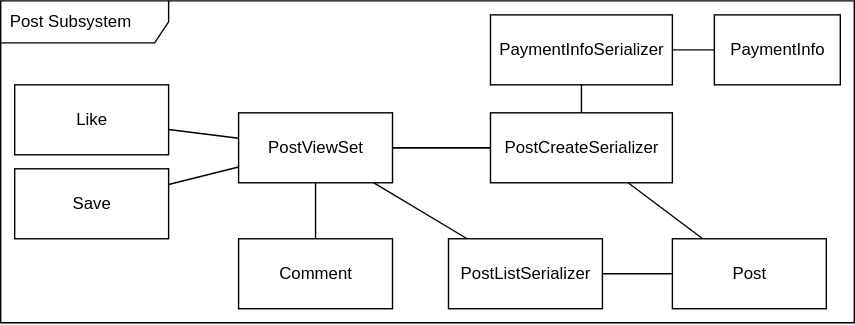
The draw.io diagram dev-docs/plan/design/subsystems/post_subsystem.drawio.svg in Natan-Asrat/ventingapp, before a commit. Source tidied: cells renumbered, new cells last; positions are measured from the earlier drawing's top-left corner, leaving out a move shared by most shapes.
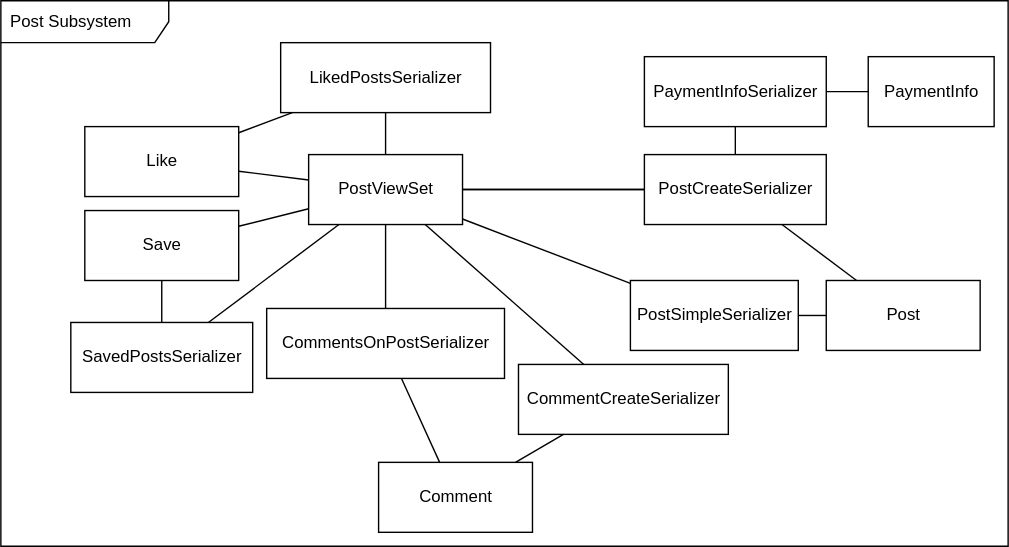
Above is the later version.

Commit message:
archive post, comments on post

Change to the diagram source:
```diff
@@ -3,26 +3,32 @@
     <mxCell id="0" />
     <mxCell id="1" parent="0" />
     <mxCell id="2" value="Post Subsystem" style="shape=umlFrame;whiteSpace=wrap;html=1;width=120;height=30;boundedLbl=1;verticalAlign=middle;align=left;spacingLeft=5;" parent="1" vertex="1">
-      <mxGeometry width="610" height="230" as="geometry" />
+      <mxGeometry x="-50" y="-30" width="720" height="390" as="geometry" />
     </mxCell>
     <mxCell id="3" value="Post" style="html=1;" parent="1" vertex="1">
-      <mxGeometry x="480" y="170" width="110" height="50" as="geometry" />
+      <mxGeometry x="540" y="170" width="110" height="50" as="geometry" />
     </mxCell>
     <mxCell id="4" style="edgeStyle=none;html=1;endArrow=none;endFill=0;" parent="1" edge="1" source="5" target="15">
       <mxGeometry relative="1" as="geometry" />
     </mxCell>
+    <mxCell id="23" style="edgeStyle=none;html=1;endArrow=none;endFill=0;" parent="1" edge="1" source="5" target="30">
+      <mxGeometry relative="1" as="geometry" />
+    </mxCell>
     <mxCell id="5" value="Like" style="html=1;" parent="1" vertex="1">
       <mxGeometry x="10" y="60" width="110" height="50" as="geometry" />
     </mxCell>
     <mxCell id="6" style="edgeStyle=none;html=1;endArrow=none;endFill=0;" parent="1" edge="1" source="7" target="15">
       <mxGeometry relative="1" as="geometry" />
     </mxCell>
-    <mxCell id="7" value="Comment" style="html=1;" parent="1" vertex="1">
-      <mxGeometry x="170" y="170" width="110" height="50" as="geometry" />
+    <mxCell id="7" value="CommentCreateSerializer" style="html=1;" parent="1" vertex="1">
+      <mxGeometry x="320" y="230" width="150" height="50" as="geometry" />
     </mxCell>
     <mxCell id="8" style="edgeStyle=none;html=1;endArrow=none;endFill=0;" parent="1" edge="1" source="9" target="15">
       <mxGeometry relative="1" as="geometry" />
     </mxCell>
+    <mxCell id="24" style="edgeStyle=none;html=1;endArrow=none;endFill=0;" parent="1" edge="1" source="9" target="32">
+      <mxGeometry relative="1" as="geometry" />
+    </mxCell>
     <mxCell id="9" value="Save" style="html=1;" parent="1" vertex="1">
       <mxGeometry x="10" y="120" width="110" height="50" as="geometry" />
     </mxCell>
@@ -33,7 +39,7 @@
       <mxGeometry relative="1" as="geometry" />
     </mxCell>
     <mxCell id="12" value="PostCreateSerializer" style="html=1;" parent="1" vertex="1">
-      <mxGeometry x="350" y="80" width="130" height="50" as="geometry" />
+      <mxGeometry x="410" y="80" width="130" height="50" as="geometry" />
     </mxCell>
     <mxCell id="13" style="edgeStyle=none;html=1;endArrow=none;endFill=0;" parent="1" edge="1" source="15" target="12">
       <mxGeometry relative="1" as="geometry" />
@@ -41,14 +47,17 @@
     <mxCell id="14" style="edgeStyle=none;html=1;endArrow=none;endFill=0;" parent="1" edge="1" source="15" target="17">
       <mxGeometry relative="1" as="geometry" />
     </mxCell>
+    <mxCell id="25" style="edgeStyle=none;html=1;endArrow=none;endFill=0;" parent="1" edge="1" source="15" target="33">
+      <mxGeometry relative="1" as="geometry" />
+    </mxCell>
     <mxCell id="15" value="PostViewSet" style="html=1;" parent="1" vertex="1">
       <mxGeometry x="170" y="80" width="110" height="50" as="geometry" />
     </mxCell>
     <mxCell id="16" style="edgeStyle=none;html=1;endArrow=none;endFill=0;" parent="1" edge="1" source="17" target="3">
       <mxGeometry relative="1" as="geometry" />
     </mxCell>
-    <mxCell id="17" value="PostListSerializer" style="html=1;" parent="1" vertex="1">
-      <mxGeometry x="320" y="170" width="110" height="50" as="geometry" />
+    <mxCell id="17" value="PostSimpleSerializer" style="html=1;" parent="1" vertex="1">
+      <mxGeometry x="400" y="170" width="120" height="50" as="geometry" />
     </mxCell>
     <mxCell id="18" style="edgeStyle=none;html=1;endArrow=none;endFill=0;" parent="1" edge="1">
       <mxGeometry relative="1" as="geometry">
@@ -59,13 +68,37 @@
       <mxGeometry relative="1" as="geometry" />
     </mxCell>
     <mxCell id="20" value="PaymentInfo" style="html=1;" parent="1" vertex="1">
-      <mxGeometry x="510" y="10" width="90" height="50" as="geometry" />
+      <mxGeometry x="570" y="10" width="90" height="50" as="geometry" />
     </mxCell>
     <mxCell id="21" style="edgeStyle=none;html=1;endArrow=none;endFill=0;" parent="1" edge="1" source="22" target="12">
       <mxGeometry relative="1" as="geometry" />
     </mxCell>
     <mxCell id="22" value="PaymentInfoSerializer" style="html=1;" parent="1" vertex="1">
-      <mxGeometry x="350" y="10" width="130" height="50" as="geometry" />
+      <mxGeometry x="410" y="10" width="130" height="50" as="geometry" />
     </mxCell>
+    <mxCell id="26" style="edgeStyle=none;html=1;endArrow=none;endFill=0;" parent="1" edge="1" source="28" target="7">
+      <mxGeometry relative="1" as="geometry" />
+    </mxCell>
+    <mxCell id="27" style="edgeStyle=none;html=1;endArrow=none;endFill=0;" parent="1" edge="1" source="28" target="33">
+      <mxGeometry relative="1" as="geometry" />
+    </mxCell>
+    <mxCell id="28" value="Comment" style="html=1;" parent="1" vertex="1">
+      <mxGeometry x="220" y="300" width="110" height="50" as="geometry" />
+    </mxCell>
+    <mxCell id="29" style="edgeStyle=none;html=1;endArrow=none;endFill=0;" parent="1" edge="1" source="30" target="15">
+      <mxGeometry relative="1" as="geometry" />
+    </mxCell>
+    <mxCell id="30" value="LikedPostsSerializer" style="html=1;" parent="1" vertex="1">
+      <mxGeometry x="150" width="150" height="50" as="geometry" />
+    </mxCell>
+    <mxCell id="31" style="edgeStyle=none;html=1;endArrow=none;endFill=0;" parent="1" edge="1" source="32" target="15">
+      <mxGeometry relative="1" as="geometry" />
+    </mxCell>
+    <mxCell id="32" value="SavedPostsSerializer" style="html=1;" parent="1" vertex="1">
+      <mxGeometry y="200" width="130" height="50" as="geometry" />
+    </mxCell>
+    <mxCell id="33" value="CommentsOnPostSerializer" style="html=1;" parent="1" vertex="1">
+      <mxGeometry x="140" y="190" width="170" height="50" as="geometry" />
+    </mxCell>
   </root>
 </mxGraphModel>
```
